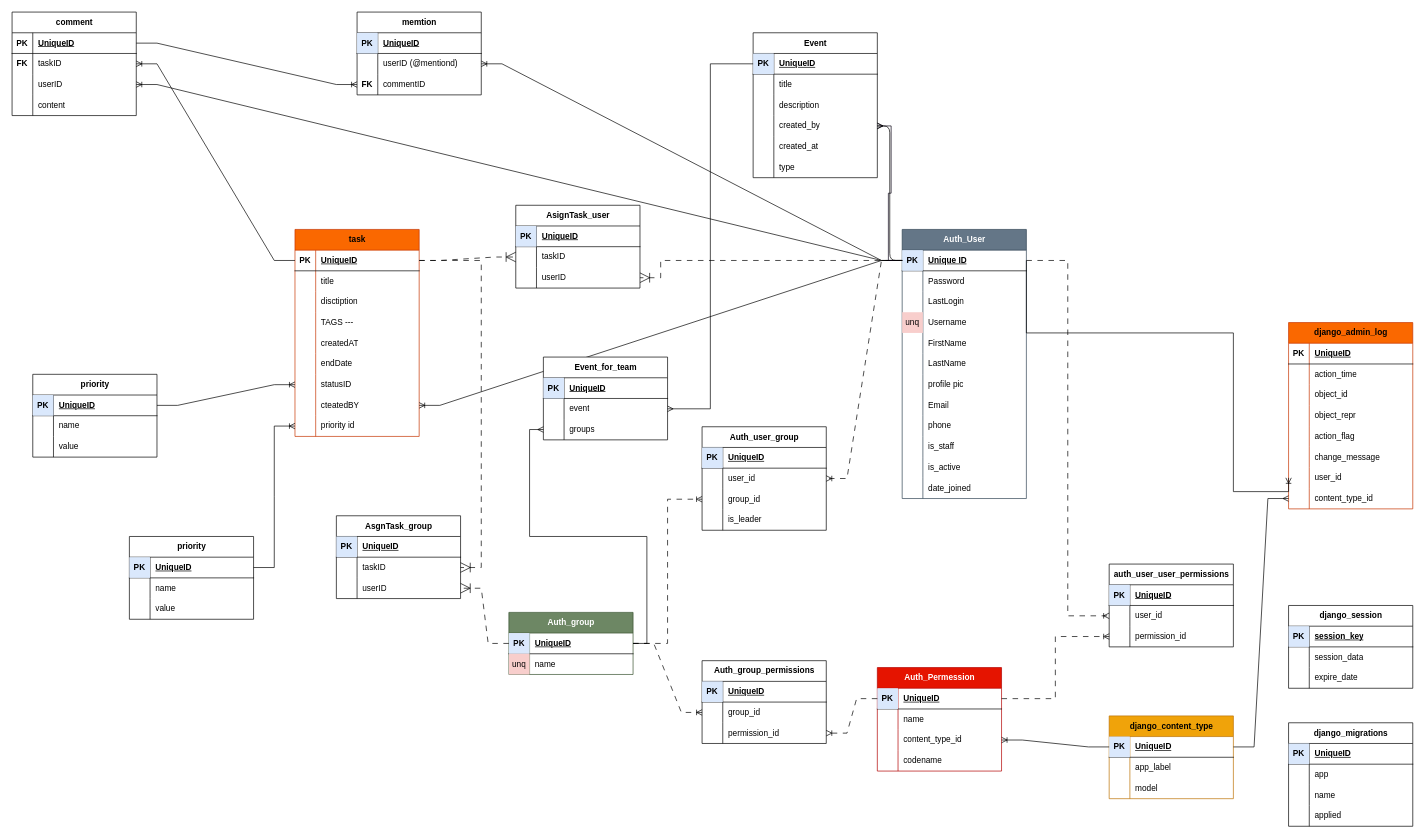
This is DB.drawio from TechGeeks-Club/Micro-Hack-2.0, a draw.io file, before an edit. Source tidied: cells renumbered, new cells numbered last; positions are measured from the earlier drawing's top-left corner, leaving out a move shared by most shapes. Both pictures are drawn from the tidied source at 69%, with x=0, y=0 at pixel (12, 12).
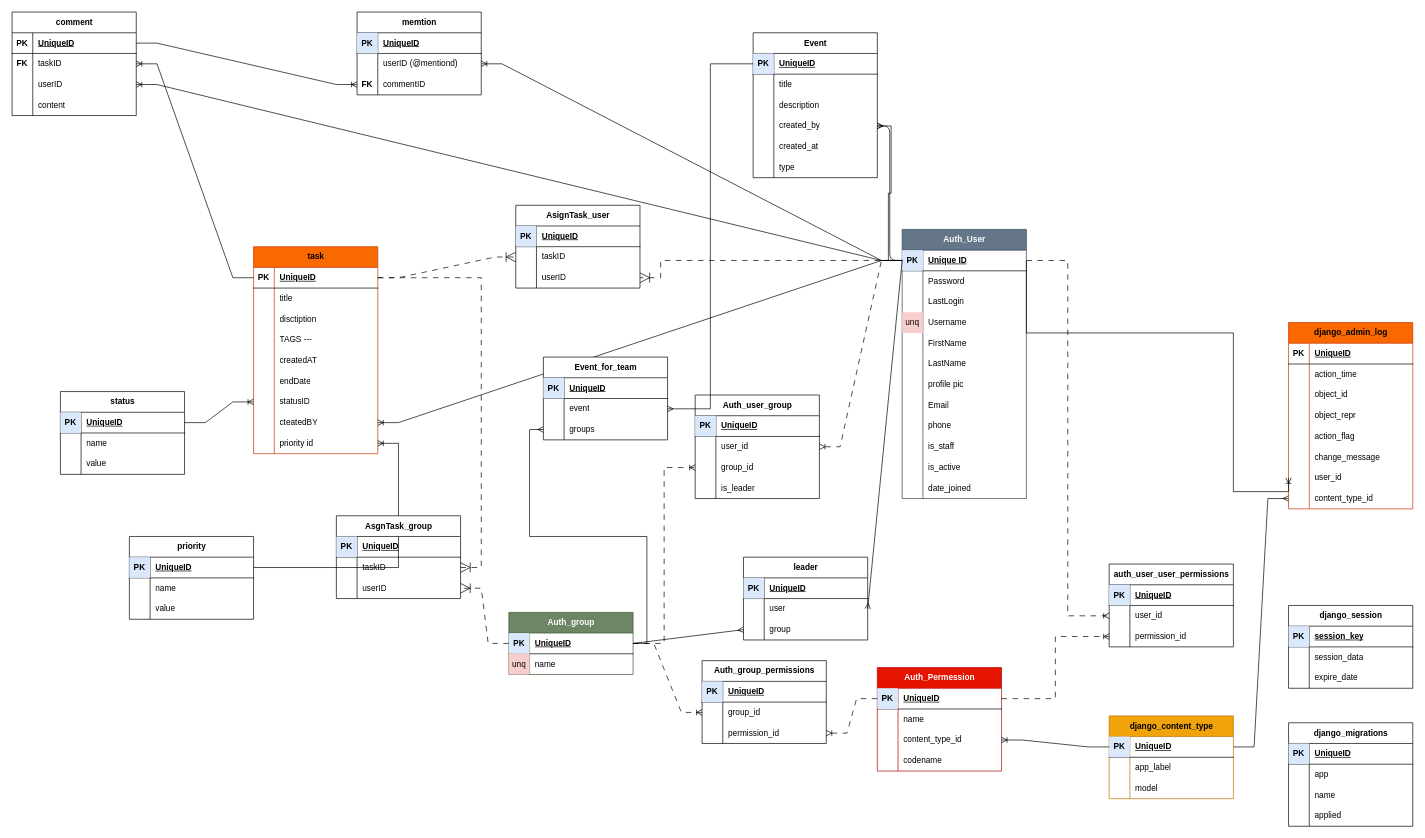
The same diagram, later.

Commit message (it also covers changes not shown here):
add|team leader table

Unchanged cells that the change refers to:
```xml
<mxCell id="3" style="shape=tableRow;horizontal=0;startSize=0;swimlaneHead=0;swimlaneBody=0;fillColor=none;points=[[0,0.5],[1,0.5]];portConstraint=eastwest;top=0;left=0;right=0;bottom=1;hachureGap=4;fontFamily=Helvetica;" parent="2" vertex="1">
  <mxGeometry y="30" width="180" height="30" as="geometry" />
</mxCell>
<mxCell id="53" style="shape=tableRow;horizontal=0;startSize=0;swimlaneHead=0;swimlaneBody=0;fillColor=none;points=[[0,0.5],[1,0.5]];portConstraint=eastwest;top=0;left=0;right=0;bottom=1;hachureGap=4;fontFamily=Helvetica;" parent="52" vertex="1">
  <mxGeometry y="30" width="180" height="30" as="geometry" />
</mxCell>
```

Diff of the diagram source:
```diff
@@
     <mxCell id="39" value="Auth_user_group" style="shape=table;startSize=30;childLayout=tableLayout;rowLines=0;fontStyle=1;align=center;html=1;hachureGap=4;fontFamily=Helvetica;" parent="1" vertex="1">
-      <mxGeometry x="1000" y="601" width="180" height="150" as="geometry" />
+      <mxGeometry x="990" y="555" width="180" height="150" as="geometry" />
     </mxCell>
@@
     <mxCell id="159" value="task" style="shape=table;startSize=30;childLayout=tableLayout;rowLines=0;fontStyle=1;align=center;html=1;fontFamily=Helvetica;fillColor=#fa6800;strokeColor=#C73500;fontColor=#000000;" parent="1" vertex="1">
-      <mxGeometry x="410" y="315" width="180" height="300" as="geometry" />
+      <mxGeometry x="350" y="340" width="180" height="300" as="geometry" />
     </mxCell>
@@
-    <mxCell id="199" value="priority" style="shape=table;startSize=30;childLayout=tableLayout;rowLines=0;fontStyle=1;align=center;html=1;hachureGap=4;fontFamily=Helvetica;" parent="1" vertex="1">
-      <mxGeometry x="30" y="525" width="180" height="120" as="geometry" />
+    <mxCell id="199" value="status" style="shape=table;startSize=30;childLayout=tableLayout;rowLines=0;fontStyle=1;align=center;html=1;hachureGap=4;fontFamily=Helvetica;" parent="1" vertex="1">
+      <mxGeometry x="70" y="550" width="180" height="120" as="geometry" />
     </mxCell>
@@
+    <mxCell id="294" value="leader" style="shape=table;startSize=30;childLayout=tableLayout;rowLines=0;fontStyle=1;align=center;html=1;hachureGap=4;fontFamily=Helvetica;" parent="1" vertex="1">
+      <mxGeometry x="1060" y="790" width="180" height="120" as="geometry" />
+    </mxCell>
+    <mxCell id="295" style="shape=tableRow;horizontal=0;startSize=0;swimlaneHead=0;swimlaneBody=0;fillColor=none;top=0;left=0;right=0;bottom=1;hachureGap=4;fontFamily=Helvetica;" parent="294" vertex="1">
+      <mxGeometry y="30" width="180" height="30" as="geometry" />
+    </mxCell>
+    <mxCell id="296" value="PK" style="shape=partialRectangle;fillColor=#dae8fc;top=0;left=0;bottom=0;right=0;fontStyle=1;overflow=hidden;whiteSpace=wrap;html=1;hachureGap=4;fontFamily=Helvetica;strokeColor=#6c8ebf;" parent="295" vertex="1">
+      <mxGeometry width="30" height="30" as="geometry" />
+    </mxCell>
+    <mxCell id="297" value="UniqueID" style="shape=partialRectangle;fillColor=none;top=0;left=0;bottom=0;right=0;align=left;spacingLeft=6;fontStyle=5;overflow=hidden;whiteSpace=wrap;html=1;hachureGap=4;fontFamily=Helvetica;" parent="295" vertex="1">
+      <mxGeometry x="30" width="150" height="30" as="geometry" />
+    </mxCell>
+    <mxCell id="298" style="shape=tableRow;horizontal=0;startSize=0;swimlaneHead=0;swimlaneBody=0;fillColor=none;points=[[0,0.5],[1,0.5]];portConstraint=eastwest;top=0;left=0;right=0;bottom=0;hachureGap=4;fontFamily=Helvetica;" parent="294" vertex="1">
+      <mxGeometry y="60" width="180" height="30" as="geometry" />
+    </mxCell>
+    <mxCell id="299" style="shape=partialRectangle;fillColor=none;top=0;left=0;bottom=0;right=0;overflow=hidden;whiteSpace=wrap;html=1;hachureGap=4;fontFamily=Helvetica;" parent="298" vertex="1">
+      <mxGeometry width="30" height="30" as="geometry" />
+    </mxCell>
+    <mxCell id="300" value="user" style="shape=partialRectangle;fillColor=none;top=0;left=0;bottom=0;right=0;align=left;spacingLeft=6;overflow=hidden;whiteSpace=wrap;html=1;hachureGap=4;fontFamily=Helvetica;" parent="298" vertex="1">
+      <mxGeometry x="30" width="150" height="30" as="geometry" />
+    </mxCell>
+    <mxCell id="301" style="shape=tableRow;horizontal=0;startSize=0;swimlaneHead=0;swimlaneBody=0;fillColor=none;points=[[0,0.5],[1,0.5]];portConstraint=eastwest;top=0;left=0;right=0;bottom=0;hachureGap=4;fontFamily=Helvetica;" parent="294" vertex="1">
+      <mxGeometry y="90" width="180" height="30" as="geometry" />
+    </mxCell>
+    <mxCell id="302" style="shape=partialRectangle;fillColor=none;top=0;left=0;bottom=0;right=0;overflow=hidden;whiteSpace=wrap;html=1;hachureGap=4;fontFamily=Helvetica;" parent="301" vertex="1">
+      <mxGeometry width="30" height="30" as="geometry" />
+    </mxCell>
+    <mxCell id="303" value="group" style="shape=partialRectangle;fillColor=none;top=0;left=0;bottom=0;right=0;align=left;spacingLeft=6;overflow=hidden;whiteSpace=wrap;html=1;hachureGap=4;fontFamily=Helvetica;" parent="301" vertex="1">
+      <mxGeometry x="30" width="150" height="30" as="geometry" />
+    </mxCell>
+    <mxCell id="304" style="edgeStyle=none;html=1;exitX=1;exitY=0.5;exitDx=0;exitDy=0;entryX=0;entryY=0.5;entryDx=0;entryDy=0;endArrow=none;endFill=0;startArrow=ERmany;startFill=0;" parent="1" edge="1" source="298" target="3">
+      <mxGeometry relative="1" as="geometry" />
+    </mxCell>
+    <mxCell id="305" style="edgeStyle=none;html=1;exitX=0;exitY=0.5;exitDx=0;exitDy=0;entryX=1;entryY=0.5;entryDx=0;entryDy=0;endArrow=none;endFill=0;startArrow=ERmany;startFill=0;" parent="1" edge="1" source="301" target="53">
+      <mxGeometry relative="1" as="geometry" />
+    </mxCell>
```
